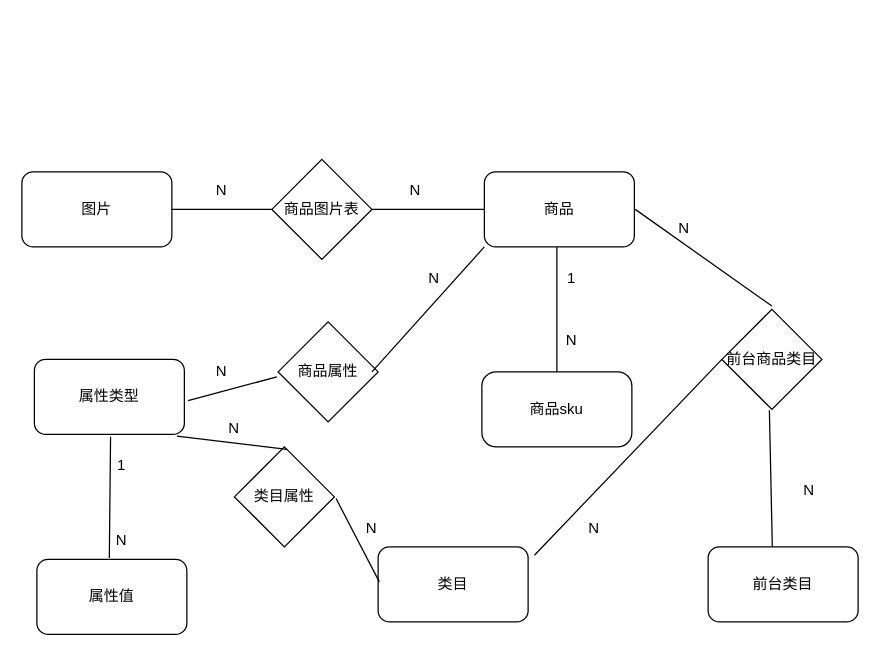
Before: 未命名绘图.drawio in xu-xiwei/drawio, a draw.io diagram. Source tidied: cells renumbered, new cells numbered last; positions are measured from the earlier drawing's top-left corner, leaving out a move shared by most shapes. Both pictures are drawn from the tidied source at 125%, with x=0, y=0 at pixel (21, 159).
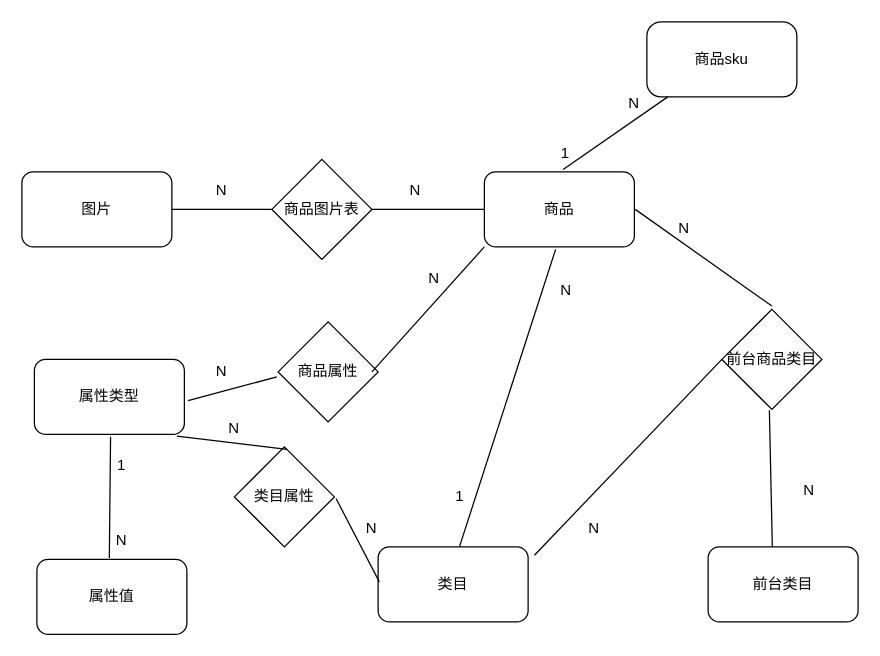
The same diagram, later.

Commit message:
更新未命名绘图.drawio

Unchanged cells that the change refers to:
```xml
<mxCell id="3" value="商品" style="rounded=1;whiteSpace=wrap;html=1;" parent="1" vertex="1">
  <mxGeometry x="370" y="10" width="120" height="60" as="geometry" />
</mxCell>
<mxCell id="23" value="类目" style="rounded=1;whiteSpace=wrap;html=1;" parent="1" vertex="1">
  <mxGeometry x="285" y="310" width="120" height="60" as="geometry" />
</mxCell>
```

What changed in the source:
```diff
@@
     <mxCell id="9" value="商品sku" style="rounded=1;whiteSpace=wrap;html=1;arcSize=19;" parent="1" vertex="1">
-      <mxGeometry x="368" y="170" width="120" height="60" as="geometry" />
+      <mxGeometry x="500" y="-110" width="120" height="60" as="geometry" />
     </mxCell>
-    <mxCell id="10" style="endArrow=none;html=1;rounded=0;" parent="1" edge="1" source="9">
-      <mxGeometry relative="1" as="geometry">
-        <mxPoint x="428" y="70" as="targetPoint" />
-      </mxGeometry>
+    <mxCell id="10" style="endArrow=none;html=1;rounded=0;entryX=0.525;entryY=-0.033;entryDx=0;entryDy=0;entryPerimeter=0;" parent="1" edge="1" source="9" target="3">
+      <mxGeometry relative="1" as="geometry" />
     </mxCell>
     <mxCell id="11" value="1" style="text;html=1;strokeColor=none;fillColor=none;align=center;verticalAlign=middle;whiteSpace=wrap;rounded=0;" parent="1" vertex="1">
-      <mxGeometry x="410" y="80" width="60" height="30" as="geometry" />
+      <mxGeometry x="405" y="-20" width="60" height="30" as="geometry" />
     </mxCell>
     <mxCell id="12" value="N" style="text;html=1;strokeColor=none;fillColor=none;align=center;verticalAlign=middle;whiteSpace=wrap;rounded=0;" parent="1" vertex="1">
-      <mxGeometry x="410" y="130" width="60" height="30" as="geometry" />
+      <mxGeometry x="460" y="-60" width="60" height="30" as="geometry" />
     </mxCell>
@@
+    <mxCell id="37" style="endArrow=none;html=1;rounded=0;entryX=0.475;entryY=1.033;entryDx=0;entryDy=0;entryPerimeter=0;exitX=0.542;exitY=0;exitDx=0;exitDy=0;exitPerimeter=0;" parent="1" edge="1" source="23" target="3">
+      <mxGeometry relative="1" as="geometry" />
+    </mxCell>
+    <mxCell id="38" value="N" style="text;html=1;align=center;verticalAlign=middle;strokeColor=none;fillColor=none;" parent="1" vertex="1">
+      <mxGeometry x="420" y="90" width="30" height="30" as="geometry" />
+    </mxCell>
+    <mxCell id="39" value="1" style="text;html=1;align=center;verticalAlign=middle;strokeColor=none;fillColor=none;" parent="1" vertex="1">
+      <mxGeometry x="335" y="255" width="30" height="30" as="geometry" />
+    </mxCell>
```
